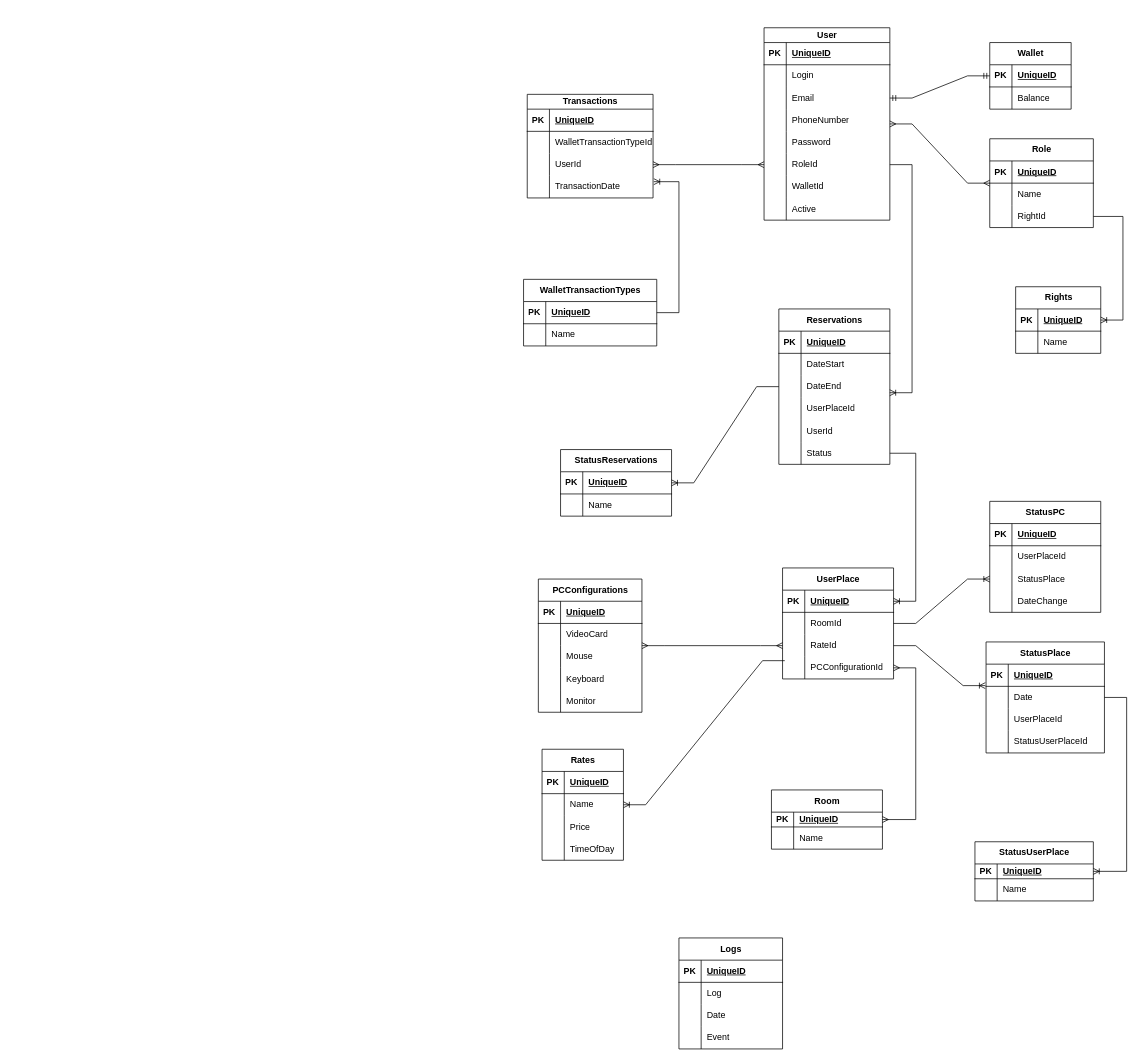
Earlier version of the draw.io diagram ER night-meerkats.drawio (IIeasyII/night-meerkats). Source tidied: cells renumbered, new cells numbered last; positions are measured from the earlier drawing's top-left corner, leaving out a move shared by most shapes. Both pictures are drawn from the tidied source at 74%, with x=0, y=0 at pixel (523, 27).
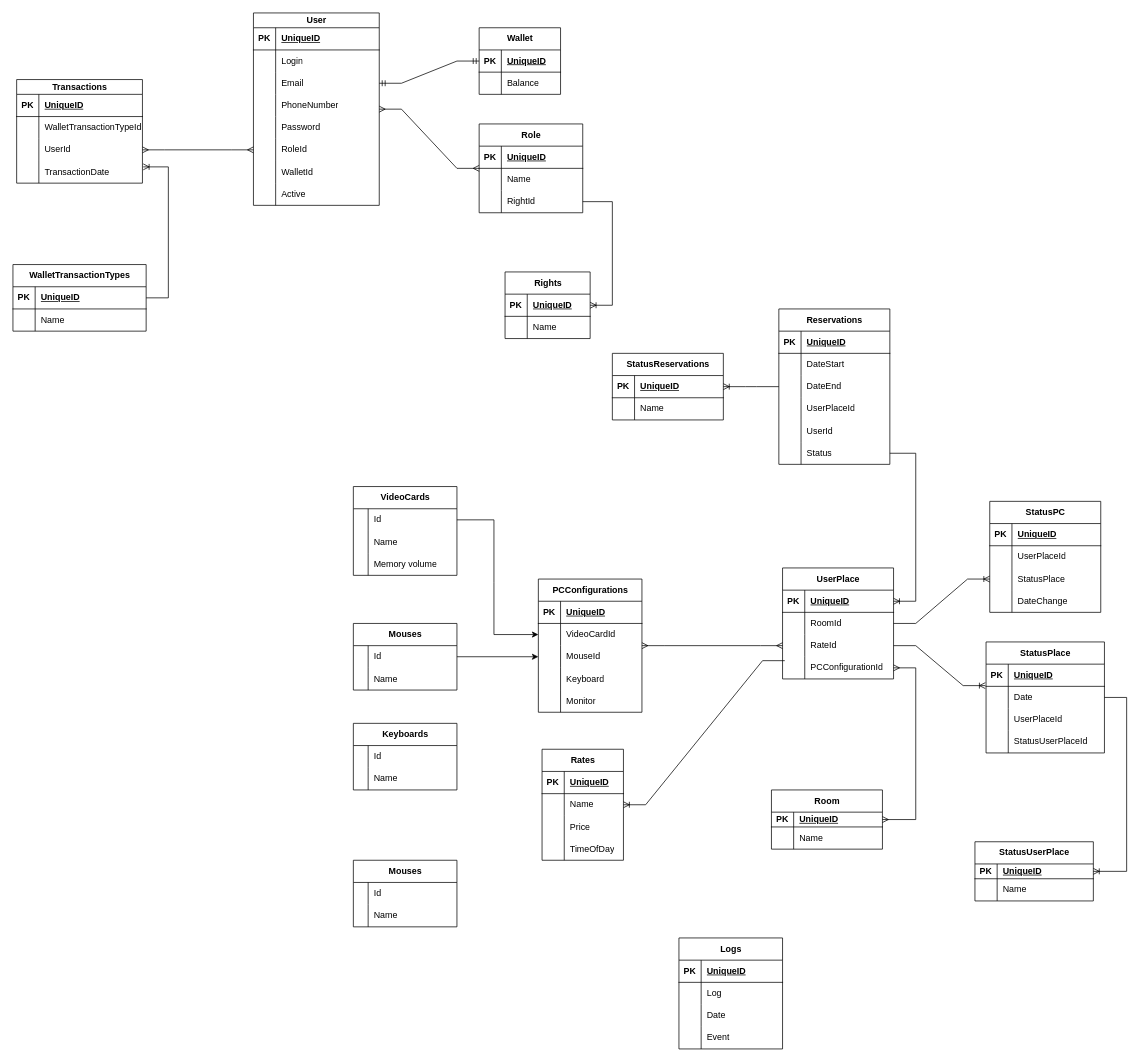
The same diagram, later.

Unchanged cells that the change refers to:
```xml
<mxCell id="42" style="shape=tableRow;horizontal=0;startSize=0;swimlaneHead=0;swimlaneBody=0;fillColor=none;points=[[0,0.5],[1,0.5]];portConstraint=eastwest;top=0;left=0;right=0;bottom=0;" parent="26" vertex="1">
  <mxGeometry y="170" width="170" height="30" as="geometry" />
</mxCell>
<mxCell id="55" style="shape=tableRow;horizontal=0;startSize=0;swimlaneHead=0;swimlaneBody=0;fillColor=none;points=[[0,0.5],[1,0.5]];portConstraint=eastwest;top=0;left=0;right=0;bottom=0;" parent="51" vertex="1">
  <mxGeometry y="60" width="140" height="30" as="geometry" />
</mxCell>
<mxCell id="58" style="shape=tableRow;horizontal=0;startSize=0;swimlaneHead=0;swimlaneBody=0;fillColor=none;points=[[0,0.5],[1,0.5]];portConstraint=eastwest;top=0;left=0;right=0;bottom=0;" parent="51" vertex="1">
  <mxGeometry y="90" width="140" height="30" as="geometry" />
</mxCell>
<mxCell id="140" style="shape=tableRow;horizontal=0;startSize=0;swimlaneHead=0;swimlaneBody=0;fillColor=none;points=[[0,0.5],[1,0.5]];portConstraint=eastwest;top=0;left=0;right=0;bottom=0;" parent="133" vertex="1">
  <mxGeometry y="90" width="150" height="30" as="geometry" />
</mxCell>
```

Diff of the diagram source:
```diff
@@
     <mxCell id="2" value="Role" style="shape=table;startSize=30;childLayout=tableLayout;rowLines=0;fontStyle=1;align=center;html=1;" parent="1" vertex="1">
-      <mxGeometry x="630" y="150" width="140" height="120" as="geometry" />
+      <mxGeometry x="-60" y="130" width="140" height="120" as="geometry" />
     </mxCell>
@@
     <mxCell id="12" value="Rights" style="shape=table;startSize=30;childLayout=tableLayout;rowLines=0;fontStyle=1;align=center;html=1;" parent="1" vertex="1">
-      <mxGeometry x="665" y="350" width="115" height="90" as="geometry" />
+      <mxGeometry x="-25" y="330" width="115" height="90" as="geometry" />
     </mxCell>
@@
     <mxCell id="19" value="Wallet" style="shape=table;startSize=30;childLayout=tableLayout;rowLines=0;fontStyle=1;align=center;html=1;" parent="1" vertex="1">
-      <mxGeometry x="630" y="20" width="110" height="90" as="geometry" />
+      <mxGeometry x="-60" width="110" height="90" as="geometry" />
     </mxCell>
@@
     <mxCell id="26" value="User" style="shape=table;startSize=20;childLayout=tableLayout;rowLines=0;fontStyle=1;align=center;html=1;" parent="1" vertex="1">
-      <mxGeometry x="325" width="170" height="260" as="geometry" />
+      <mxGeometry x="-365" y="-20" width="170" height="260" as="geometry" />
     </mxCell>
@@
-    <mxCell id="57" value="VideoCard" style="shape=partialRectangle;fillColor=none;top=0;left=0;bottom=0;right=0;align=left;spacingLeft=6;overflow=hidden;whiteSpace=wrap;html=1;" parent="55" vertex="1">
+    <mxCell id="57" value="VideoCardId" style="shape=partialRectangle;fillColor=none;top=0;left=0;bottom=0;right=0;align=left;spacingLeft=6;overflow=hidden;whiteSpace=wrap;html=1;" parent="55" vertex="1">
       <mxGeometry x="30" width="110" height="30" as="geometry" />
     </mxCell>
@@
-    <mxCell id="60" value="Mouse" style="shape=partialRectangle;fillColor=none;top=0;left=0;bottom=0;right=0;align=left;spacingLeft=6;overflow=hidden;whiteSpace=wrap;html=1;" parent="58" vertex="1">
+    <mxCell id="60" value="MouseId" style="shape=partialRectangle;fillColor=none;top=0;left=0;bottom=0;right=0;align=left;spacingLeft=6;overflow=hidden;whiteSpace=wrap;html=1;" parent="58" vertex="1">
       <mxGeometry x="30" width="110" height="30" as="geometry" />
     </mxCell>
@@
     <mxCell id="165" value="StatusReservations" style="shape=table;startSize=30;childLayout=tableLayout;rowLines=0;fontStyle=1;align=center;html=1;" parent="1" vertex="1">
-      <mxGeometry x="50" y="570" width="150" height="90" as="geometry" />
+      <mxGeometry x="120" y="440" width="150" height="90" as="geometry" />
     </mxCell>
@@
     <mxCell id="172" value="WalletTransactionTypes" style="shape=table;startSize=30;childLayout=tableLayout;rowLines=0;fontStyle=1;align=center;html=1;" parent="1" vertex="1">
-      <mxGeometry y="340" width="180" height="90" as="geometry" />
+      <mxGeometry x="-690" y="320" width="180" height="90" as="geometry" />
     </mxCell>
@@
     <mxCell id="179" style="edgeStyle=entityRelationEdgeStyle;fontSize=12;html=1;endArrow=ERmany;startArrow=ERmany;rounded=0;" parent="1" edge="1" source="2" target="26">
       <mxGeometry relative="1" as="geometry">
         <Array as="points">
-          <mxPoint x="270" y="770" />
+          <mxPoint x="-420" y="750" />
         </Array>
       </mxGeometry>
     </mxCell>
@@
-    <mxCell id="191" style="edgeStyle=entityRelationEdgeStyle;fontSize=12;html=1;endArrow=ERoneToMany;rounded=0;entryX=0.999;entryY=0.774;entryDx=0;entryDy=0;entryPerimeter=0;" parent="1" edge="1" source="42" target="140">
-      <mxGeometry relative="1" as="geometry" />
-    </mxCell>
@@
     <mxCell id="193" value="Transactions" style="shape=table;startSize=20;childLayout=tableLayout;rowLines=0;fontStyle=1;align=center;html=1;" parent="1" vertex="1">
-      <mxGeometry x="5" y="90" width="170" height="140" as="geometry" />
+      <mxGeometry x="-685" y="70" width="170" height="140" as="geometry" />
     </mxCell>
@@
+    <mxCell id="206" value="VideoCards" style="shape=table;startSize=30;childLayout=tableLayout;rowLines=0;fontStyle=1;align=center;html=1;" parent="1" vertex="1">
+      <mxGeometry x="-230" y="620" width="140" height="120" as="geometry" />
+    </mxCell>
+    <mxCell id="207" style="shape=tableRow;horizontal=0;startSize=0;swimlaneHead=0;swimlaneBody=0;fillColor=none;points=[[0,0.5],[1,0.5]];portConstraint=eastwest;top=0;left=0;right=0;bottom=0;" parent="206" vertex="1">
+      <mxGeometry y="30" width="140" height="30" as="geometry" />
+    </mxCell>
+    <mxCell id="208" style="shape=partialRectangle;fillColor=none;top=0;left=0;bottom=0;right=0;overflow=hidden;whiteSpace=wrap;html=1;" parent="207" vertex="1">
+      <mxGeometry width="20" height="30" as="geometry" />
+    </mxCell>
+    <mxCell id="209" value="Id" style="shape=partialRectangle;fillColor=none;top=0;left=0;bottom=0;right=0;align=left;spacingLeft=6;overflow=hidden;whiteSpace=wrap;html=1;" parent="207" vertex="1">
+      <mxGeometry x="20" width="120" height="30" as="geometry" />
+    </mxCell>
+    <mxCell id="210" style="shape=tableRow;horizontal=0;startSize=0;swimlaneHead=0;swimlaneBody=0;fillColor=none;top=0;left=0;right=0;bottom=0;" parent="206" vertex="1">
+      <mxGeometry y="60" width="140" height="30" as="geometry" />
+    </mxCell>
+    <mxCell id="211" style="shape=partialRectangle;fillColor=none;top=0;left=0;bottom=0;right=0;overflow=hidden;whiteSpace=wrap;html=1;" parent="210" vertex="1">
+      <mxGeometry width="20" height="30" as="geometry" />
+    </mxCell>
+    <mxCell id="212" value="Name" style="shape=partialRectangle;fillColor=none;top=0;left=0;bottom=0;right=0;align=left;spacingLeft=6;overflow=hidden;whiteSpace=wrap;html=1;" parent="210" vertex="1">
+      <mxGeometry x="20" width="120" height="30" as="geometry" />
+    </mxCell>
+    <mxCell id="213" style="shape=tableRow;horizontal=0;startSize=0;swimlaneHead=0;swimlaneBody=0;fillColor=none;top=0;left=0;right=0;bottom=0;" parent="206" vertex="1">
+      <mxGeometry y="90" width="140" height="30" as="geometry" />
+    </mxCell>
+    <mxCell id="214" style="shape=partialRectangle;fillColor=none;top=0;left=0;bottom=0;right=0;overflow=hidden;whiteSpace=wrap;html=1;" parent="213" vertex="1">
+      <mxGeometry width="20" height="30" as="geometry" />
+    </mxCell>
+    <mxCell id="215" value="Memory volume" style="shape=partialRectangle;fillColor=none;top=0;left=0;bottom=0;right=0;align=left;spacingLeft=6;overflow=hidden;whiteSpace=wrap;html=1;" parent="213" vertex="1">
+      <mxGeometry x="20" width="120" height="30" as="geometry" />
+    </mxCell>
+    <mxCell id="216" style="endArrow=classic;html=1;rounded=0;exitX=1;exitY=0.5;exitDx=0;exitDy=0;entryX=0;entryY=0.5;entryDx=0;entryDy=0;" parent="1" edge="1" source="207" target="55">
+      <mxGeometry relative="1" as="geometry">
+        <Array as="points">
+          <mxPoint x="-40" y="665" />
+          <mxPoint x="-40" y="750" />
+          <mxPoint x="-40" y="820" />
+        </Array>
+      </mxGeometry>
+    </mxCell>
+    <mxCell id="217" value="Mouses" style="shape=table;startSize=30;childLayout=tableLayout;rowLines=0;fontStyle=1;align=center;html=1;" parent="1" vertex="1">
+      <mxGeometry x="-230" y="805" width="140" height="90" as="geometry" />
+    </mxCell>
+    <mxCell id="218" style="shape=tableRow;horizontal=0;startSize=0;swimlaneHead=0;swimlaneBody=0;fillColor=none;points=[[0,0.5],[1,0.5]];portConstraint=eastwest;top=0;left=0;right=0;bottom=0;" parent="217" vertex="1">
+      <mxGeometry y="30" width="140" height="30" as="geometry" />
+    </mxCell>
+    <mxCell id="219" style="shape=partialRectangle;fillColor=none;top=0;left=0;bottom=0;right=0;overflow=hidden;whiteSpace=wrap;html=1;" parent="218" vertex="1">
+      <mxGeometry width="20" height="30" as="geometry" />
+    </mxCell>
+    <mxCell id="220" value="Id" style="shape=partialRectangle;fillColor=none;top=0;left=0;bottom=0;right=0;align=left;spacingLeft=6;overflow=hidden;whiteSpace=wrap;html=1;" parent="218" vertex="1">
+      <mxGeometry x="20" width="120" height="30" as="geometry" />
+    </mxCell>
+    <mxCell id="221" style="shape=tableRow;horizontal=0;startSize=0;swimlaneHead=0;swimlaneBody=0;fillColor=none;top=0;left=0;right=0;bottom=0;" parent="217" vertex="1">
+      <mxGeometry y="60" width="140" height="30" as="geometry" />
+    </mxCell>
+    <mxCell id="222" style="shape=partialRectangle;fillColor=none;top=0;left=0;bottom=0;right=0;overflow=hidden;whiteSpace=wrap;html=1;" parent="221" vertex="1">
+      <mxGeometry width="20" height="30" as="geometry" />
+    </mxCell>
+    <mxCell id="223" value="Name" style="shape=partialRectangle;fillColor=none;top=0;left=0;bottom=0;right=0;align=left;spacingLeft=6;overflow=hidden;whiteSpace=wrap;html=1;" parent="221" vertex="1">
+      <mxGeometry x="20" width="120" height="30" as="geometry" />
+    </mxCell>
+    <mxCell id="224" style="endArrow=classic;html=1;rounded=0;exitX=1;exitY=0.5;exitDx=0;exitDy=0;" parent="1" edge="1" source="218" target="58">
+      <mxGeometry relative="1" as="geometry" />
+    </mxCell>
+    <mxCell id="225" value="Keyboards" style="shape=table;startSize=30;childLayout=tableLayout;rowLines=0;fontStyle=1;align=center;html=1;" parent="1" vertex="1">
+      <mxGeometry x="-230" y="940" width="140" height="90" as="geometry" />
+    </mxCell>
+    <mxCell id="226" style="shape=tableRow;horizontal=0;startSize=0;swimlaneHead=0;swimlaneBody=0;fillColor=none;top=0;left=0;right=0;bottom=0;" parent="225" vertex="1">
+      <mxGeometry y="30" width="140" height="30" as="geometry" />
+    </mxCell>
+    <mxCell id="227" style="shape=partialRectangle;fillColor=none;top=0;left=0;bottom=0;right=0;overflow=hidden;whiteSpace=wrap;html=1;" parent="226" vertex="1">
+      <mxGeometry width="20" height="30" as="geometry" />
+    </mxCell>
+    <mxCell id="228" value="Id" style="shape=partialRectangle;fillColor=none;top=0;left=0;bottom=0;right=0;align=left;spacingLeft=6;overflow=hidden;whiteSpace=wrap;html=1;" parent="226" vertex="1">
+      <mxGeometry x="20" width="120" height="30" as="geometry" />
+    </mxCell>
+    <mxCell id="229" style="shape=tableRow;horizontal=0;startSize=0;swimlaneHead=0;swimlaneBody=0;fillColor=none;top=0;left=0;right=0;bottom=0;" parent="225" vertex="1">
+      <mxGeometry y="60" width="140" height="30" as="geometry" />
+    </mxCell>
+    <mxCell id="230" style="shape=partialRectangle;fillColor=none;top=0;left=0;bottom=0;right=0;overflow=hidden;whiteSpace=wrap;html=1;" parent="229" vertex="1">
+      <mxGeometry width="20" height="30" as="geometry" />
+    </mxCell>
+    <mxCell id="231" value="Name" style="shape=partialRectangle;fillColor=none;top=0;left=0;bottom=0;right=0;align=left;spacingLeft=6;overflow=hidden;whiteSpace=wrap;html=1;" parent="229" vertex="1">
+      <mxGeometry x="20" width="120" height="30" as="geometry" />
+    </mxCell>
+    <mxCell id="232" value="Mouses" style="shape=table;startSize=30;childLayout=tableLayout;rowLines=0;fontStyle=1;align=center;html=1;" parent="1" vertex="1">
+      <mxGeometry x="-230" y="1125" width="140" height="90" as="geometry" />
+    </mxCell>
+    <mxCell id="233" style="shape=tableRow;horizontal=0;startSize=0;swimlaneHead=0;swimlaneBody=0;fillColor=none;top=0;left=0;right=0;bottom=0;" parent="232" vertex="1">
+      <mxGeometry y="30" width="140" height="30" as="geometry" />
+    </mxCell>
+    <mxCell id="234" style="shape=partialRectangle;fillColor=none;top=0;left=0;bottom=0;right=0;overflow=hidden;whiteSpace=wrap;html=1;" parent="233" vertex="1">
+      <mxGeometry width="20" height="30" as="geometry" />
+    </mxCell>
+    <mxCell id="235" value="Id" style="shape=partialRectangle;fillColor=none;top=0;left=0;bottom=0;right=0;align=left;spacingLeft=6;overflow=hidden;whiteSpace=wrap;html=1;" parent="233" vertex="1">
+      <mxGeometry x="20" width="120" height="30" as="geometry" />
+    </mxCell>
+    <mxCell id="236" style="shape=tableRow;horizontal=0;startSize=0;swimlaneHead=0;swimlaneBody=0;fillColor=none;top=0;left=0;right=0;bottom=0;" parent="232" vertex="1">
+      <mxGeometry y="60" width="140" height="30" as="geometry" />
+    </mxCell>
+    <mxCell id="237" style="shape=partialRectangle;fillColor=none;top=0;left=0;bottom=0;right=0;overflow=hidden;whiteSpace=wrap;html=1;" parent="236" vertex="1">
+      <mxGeometry width="20" height="30" as="geometry" />
+    </mxCell>
+    <mxCell id="238" value="Name" style="shape=partialRectangle;fillColor=none;top=0;left=0;bottom=0;right=0;align=left;spacingLeft=6;overflow=hidden;whiteSpace=wrap;html=1;" parent="236" vertex="1">
+      <mxGeometry x="20" width="120" height="30" as="geometry" />
+    </mxCell>
```
